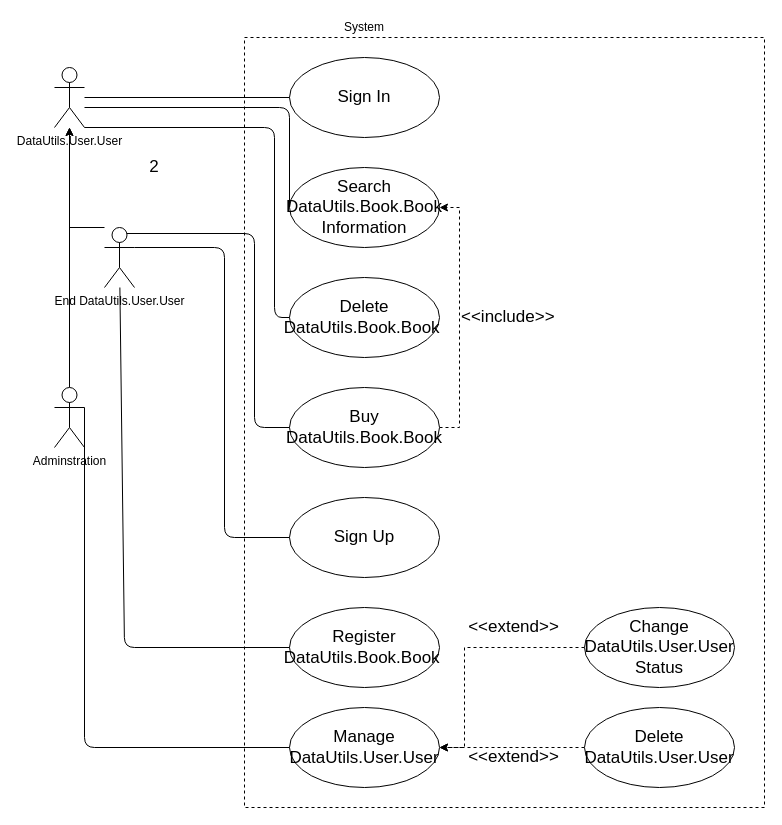
The draw.io diagram diagram/use_case.drawio in wonbeomjang/CAU11708-book-selling-system, before the edit. Source tidied: cells renumbered, new cells numbered last; positions are measured from the earlier drawing's top-left corner, leaving out a move shared by most shapes. Both pictures are drawn from the tidied source at 100%, with x=0, y=0 at pixel (54, 17).
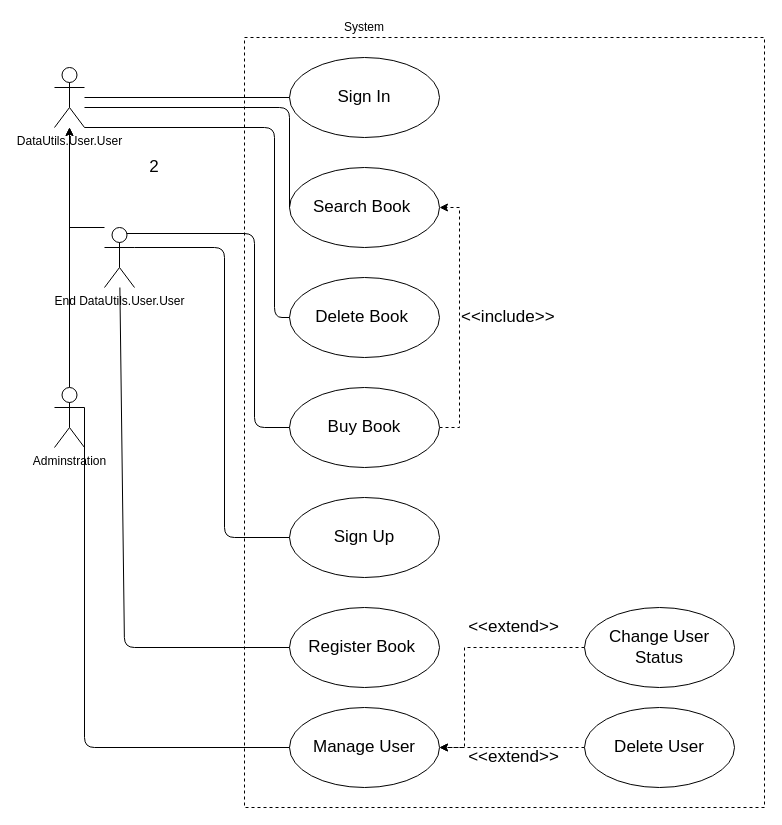
After the change.

What changed in the source:
```diff
@@
-    <mxCell id="9" value="Search DataUtils.Book.Book Information" style="ellipse;whiteSpace=wrap;html=1;labelBackgroundColor=none;fontSize=17;labelBorderColor=none;" parent="1" vertex="1">
+    <mxCell id="9" value="Search Book&amp;nbsp;" style="ellipse;whiteSpace=wrap;html=1;labelBackgroundColor=none;fontSize=17;labelBorderColor=none;" parent="1" vertex="1">
       <mxGeometry x="235" y="150" width="150" height="80" as="geometry" />
     </mxCell>
@@
-    <mxCell id="13" value="Delete DataUtils.Book.Book&amp;nbsp;" style="ellipse;whiteSpace=wrap;html=1;labelBackgroundColor=none;fontSize=17;labelBorderColor=none;" parent="1" vertex="1">
+    <mxCell id="13" value="Delete Book&amp;nbsp;" style="ellipse;whiteSpace=wrap;html=1;labelBackgroundColor=none;fontSize=17;labelBorderColor=none;" parent="1" vertex="1">
       <mxGeometry x="235" y="260" width="150" height="80" as="geometry" />
     </mxCell>
@@
-    <mxCell id="15" value="Manage DataUtils.User.User" style="ellipse;whiteSpace=wrap;html=1;labelBackgroundColor=none;fontSize=17;labelBorderColor=none;" parent="1" vertex="1">
+    <mxCell id="15" value="Manage User" style="ellipse;whiteSpace=wrap;html=1;labelBackgroundColor=none;fontSize=17;labelBorderColor=none;" parent="1" vertex="1">
       <mxGeometry x="235" y="690" width="150" height="80" as="geometry" />
     </mxCell>
@@
-    <mxCell id="20" value="Buy DataUtils.Book.Book" style="ellipse;whiteSpace=wrap;html=1;labelBackgroundColor=none;fontSize=17;labelBorderColor=none;" parent="1" vertex="1">
+    <mxCell id="20" value="Buy Book" style="ellipse;whiteSpace=wrap;html=1;labelBackgroundColor=none;fontSize=17;labelBorderColor=none;" parent="1" vertex="1">
       <mxGeometry x="235" y="370" width="150" height="80" as="geometry" />
     </mxCell>
@@
-    <mxCell id="23" value="Register DataUtils.Book.Book&amp;nbsp;" style="ellipse;whiteSpace=wrap;html=1;labelBackgroundColor=none;fontSize=17;labelBorderColor=none;" parent="1" vertex="1">
+    <mxCell id="23" value="Register Book&amp;nbsp;" style="ellipse;whiteSpace=wrap;html=1;labelBackgroundColor=none;fontSize=17;labelBorderColor=none;" parent="1" vertex="1">
       <mxGeometry x="235" y="590" width="150" height="80" as="geometry" />
     </mxCell>
@@
-    <mxCell id="26" value="Change DataUtils.User.User&lt;br&gt;Status" style="ellipse;whiteSpace=wrap;html=1;labelBackgroundColor=none;fontSize=17;labelBorderColor=none;" parent="1" vertex="1">
+    <mxCell id="26" value="Change User Status" style="ellipse;whiteSpace=wrap;html=1;labelBackgroundColor=none;fontSize=17;labelBorderColor=none;" parent="1" vertex="1">
       <mxGeometry x="530" y="590" width="150" height="80" as="geometry" />
     </mxCell>
@@
-    <mxCell id="28" value="Delete DataUtils.User.User" style="ellipse;whiteSpace=wrap;html=1;labelBackgroundColor=none;fontSize=17;labelBorderColor=none;" parent="1" vertex="1">
+    <mxCell id="28" value="Delete User" style="ellipse;whiteSpace=wrap;html=1;labelBackgroundColor=none;fontSize=17;labelBorderColor=none;" parent="1" vertex="1">
       <mxGeometry x="530" y="690" width="150" height="80" as="geometry" />
     </mxCell>
```
